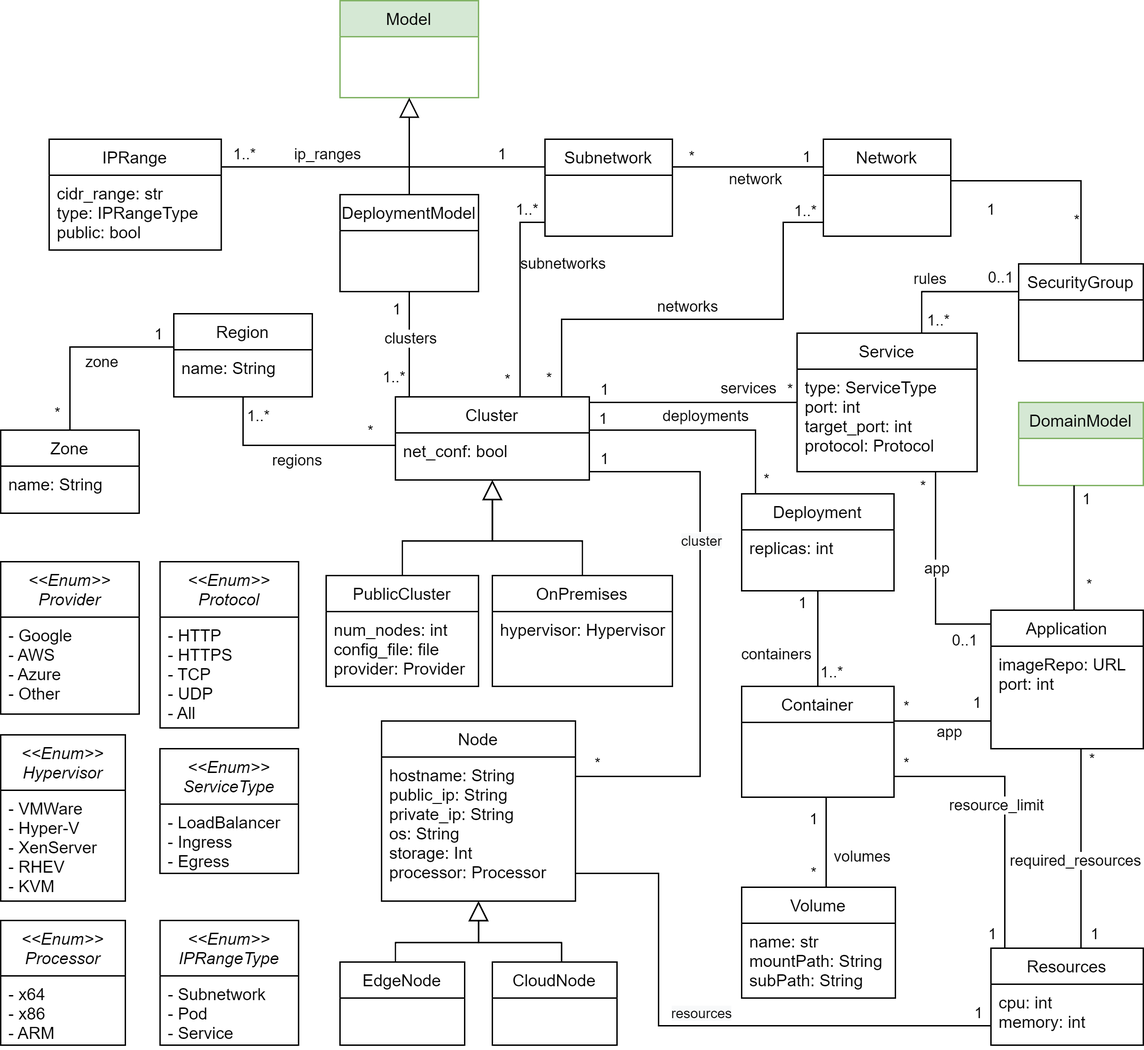
Before: docs/source/img/deployment_mm.png, a diagram exported from draw.io (BESSER-PEARL/BESSER). Source tidied: cells renumbered, new cells last; positions are measured from the earlier drawing's top-left corner, leaving out a move shared by most shapes.
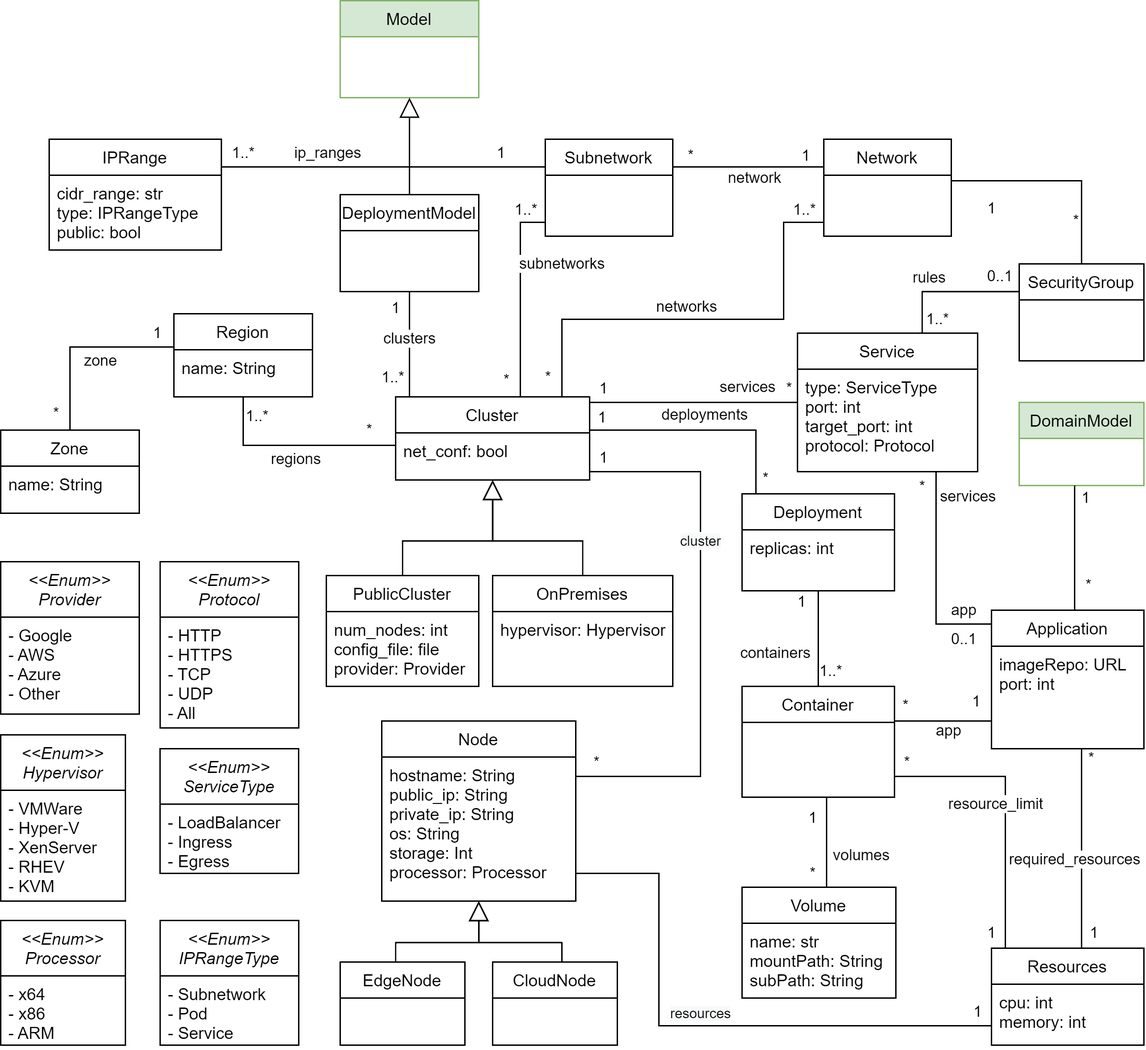
After the change.

The edit, as a diff of the source:
```diff
@@ -512,9 +512,14 @@
     </mxCell>
     <mxCell id="108" value="app" style="edgeLabel;html=1;align=center;verticalAlign=middle;" parent="105" vertex="1">
       <mxGeometry x="0.21" relative="1" as="geometry">
-        <mxPoint y="10" as="offset" />
+        <mxPoint x="20" y="40" as="offset" />
       </mxGeometry>
     </mxCell>
+    <mxCell id="131" value="services" style="edgeLabel;html=1;align=center;verticalAlign=middle;" parent="105" vertex="1">
+      <mxGeometry x="0.66" y="1" relative="1" as="geometry">
+        <mxPoint x="24" y="-8" as="offset" />
+      </mxGeometry>
+    </mxCell>
     <mxCell id="109" style="edgeStyle=orthogonalEdgeStyle;rounded=0;jettySize=auto;html=1;fontSize=12;fontColor=#99BEFF;startArrow=none;startFill=0;endArrow=none;endFill=0;" parent="1" edge="1" source="54" target="3">
       <mxGeometry relative="1" as="geometry">
         <Array as="points">
```
